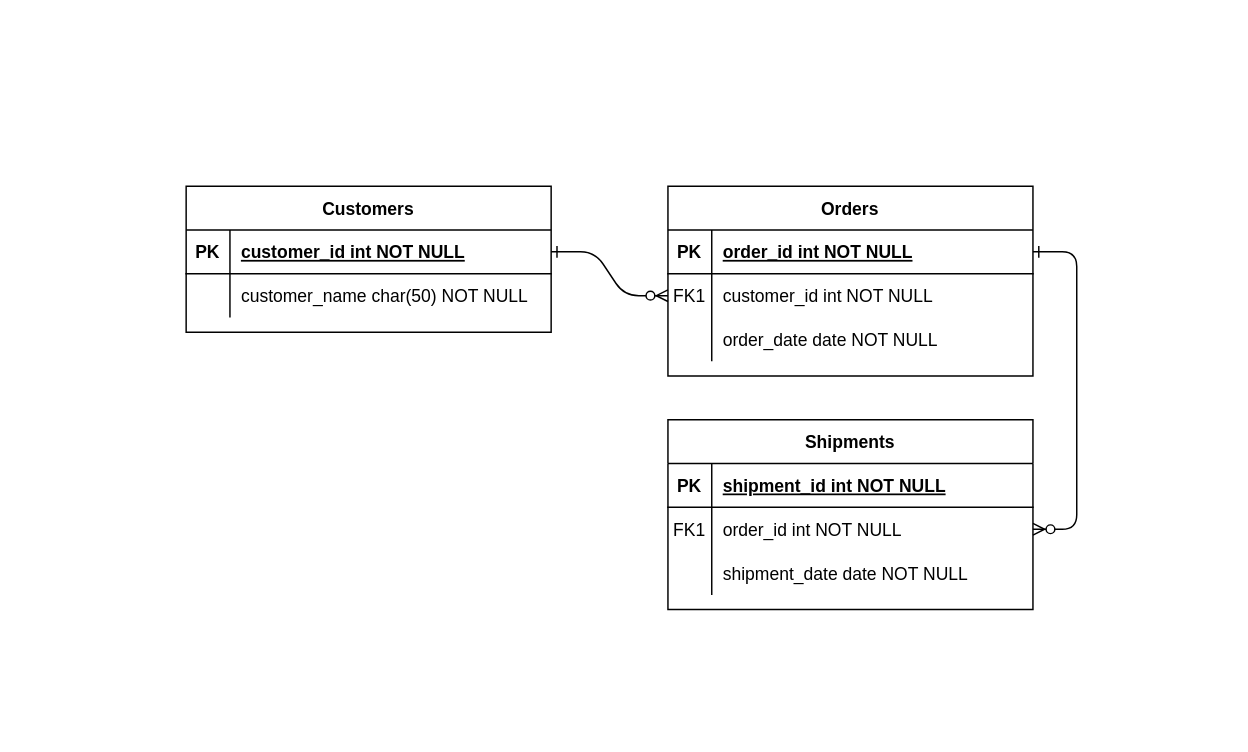
aarzuaga/congenial-doodle keeps this draw.io diagram as Untitled Diagram.drawio. Above is the earlier version. Source tidied: cells renumbered, new cells numbered last; positions are measured from the earlier drawing's top-left corner, leaving out a move shared by most shapes. Both pictures are drawn from the tidied source at 146%, with x=0, y=0 at pixel (185, 185).
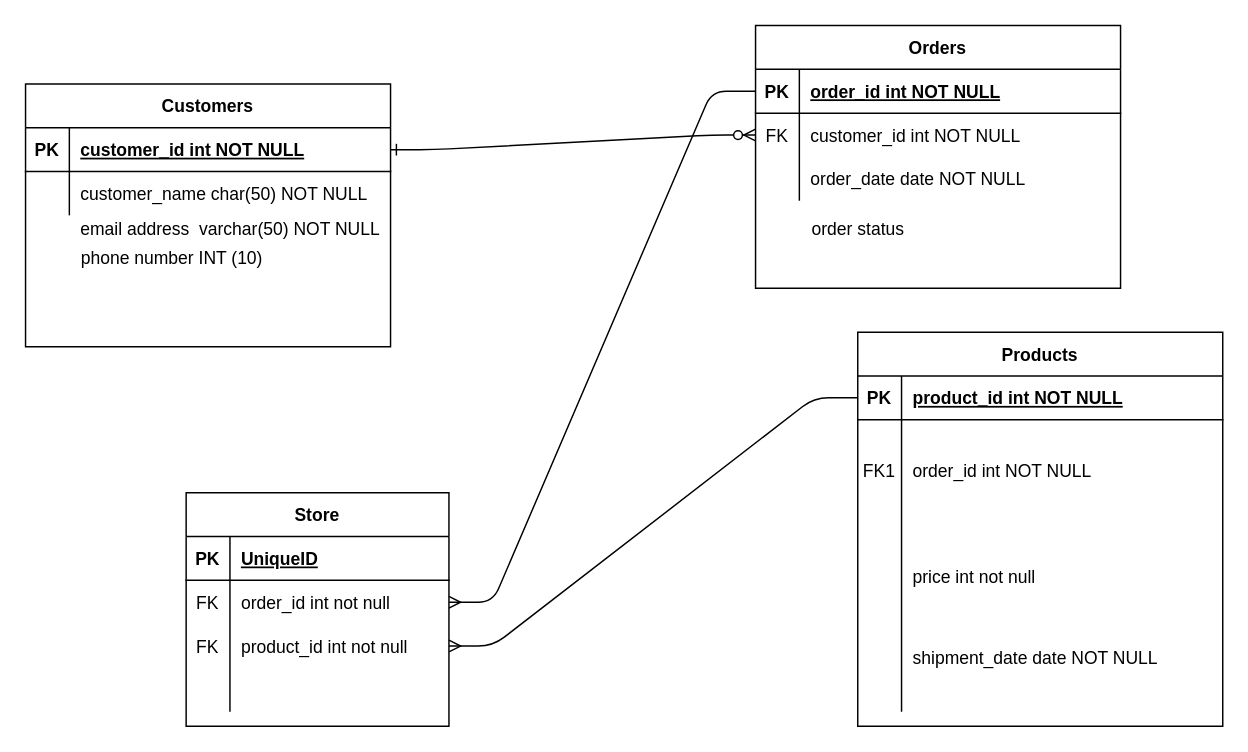
After the change.

Commit message:
many to many example

Unchanged cells that the change refers to:
```xml
<mxCell id="5" style="shape=partialRectangle;fillColor=none;points=[[0,0.5],[1,0.5]];portConstraint=eastwest;top=0;left=0;right=0;bottom=1;" parent="4" vertex="1">
  <mxGeometry y="30" width="250" height="30" as="geometry" />
</mxCell>
<mxCell id="8" style="shape=partialRectangle;fillColor=none;points=[[0,0.5],[1,0.5]];portConstraint=eastwest;top=0;left=0;right=0;bottom=0;" parent="4" vertex="1">
  <mxGeometry y="60" width="250" height="30" as="geometry" />
</mxCell>
<mxCell id="15" style="shape=partialRectangle;fillColor=none;points=[[0,0.5],[1,0.5]];portConstraint=eastwest;top=0;left=0;right=0;bottom=1;" parent="14" vertex="1">
  <mxGeometry y="30" width="250" height="30" as="geometry" />
</mxCell>
```

What changed in the source:
```diff
@@
-    <mxCell id="3" style="edgeStyle=entityRelationEdgeStyle;endArrow=ERzeroToMany;startArrow=ERone;endFill=1;startFill=0;" parent="1" edge="1" source="5" target="18">
-      <mxGeometry relative="1" as="geometry" />
-    </mxCell>
     <mxCell id="4" value="Orders" style="shape=table;startSize=30;childLayout=tableLayout;rowLines=0;fontStyle=1;align=center;" parent="1" vertex="1">
-      <mxGeometry x="330" width="250" height="130" as="geometry" />
+      <mxGeometry x="390" y="-110" width="250" height="180" as="geometry" />
     </mxCell>
@@
-    <mxCell id="9" value="FK1" style="shape=partialRectangle;overflow=hidden;fillColor=none;top=0;left=0;bottom=0;right=0;" parent="8" vertex="1">
+    <mxCell id="9" value="FK" style="shape=partialRectangle;overflow=hidden;fillColor=none;top=0;left=0;bottom=0;right=0;" parent="8" vertex="1">
       <mxGeometry width="30" height="30" as="geometry" />
     </mxCell>
@@
-    <mxCell id="14" value="Shipments" style="shape=table;startSize=30;childLayout=tableLayout;rowLines=0;fontStyle=1;align=center;" parent="1" vertex="1">
-      <mxGeometry x="330" y="160" width="250" height="130" as="geometry" />
+    <mxCell id="14" value="Products" style="shape=table;startSize=30;childLayout=tableLayout;rowLines=0;fontStyle=1;align=center;" parent="1" vertex="1">
+      <mxGeometry x="460" y="100" width="250" height="270" as="geometry" />
     </mxCell>
@@
-    <mxCell id="17" value="shipment_id int NOT NULL " style="shape=partialRectangle;overflow=hidden;fillColor=none;top=0;left=0;bottom=0;right=0;align=left;spacingLeft=6;fontStyle=5;" parent="15" vertex="1">
+    <mxCell id="17" value="product_id int NOT NULL " style="shape=partialRectangle;overflow=hidden;fillColor=none;top=0;left=0;bottom=0;right=0;align=left;spacingLeft=6;fontStyle=5;" parent="15" vertex="1">
       <mxGeometry x="30" width="220" height="30" as="geometry" />
     </mxCell>
     <mxCell id="18" style="shape=partialRectangle;fillColor=none;points=[[0,0.5],[1,0.5]];portConstraint=eastwest;top=0;left=0;right=0;bottom=0;" parent="14" vertex="1">
-      <mxGeometry y="60" width="250" height="30" as="geometry" />
+      <mxGeometry y="60" width="250" height="70" as="geometry" />
     </mxCell>
     <mxCell id="19" value="FK1" style="shape=partialRectangle;overflow=hidden;fillColor=none;top=0;left=0;bottom=0;right=0;" parent="18" vertex="1">
-      <mxGeometry width="30" height="30" as="geometry" />
+      <mxGeometry width="30" height="70" as="geometry" />
     </mxCell>
     <mxCell id="20" value="order_id int NOT NULL" style="shape=partialRectangle;overflow=hidden;fillColor=none;top=0;left=0;bottom=0;right=0;align=left;spacingLeft=6;" parent="18" vertex="1">
-      <mxGeometry x="30" width="220" height="30" as="geometry" />
+      <mxGeometry x="30" width="220" height="70" as="geometry" />
     </mxCell>
     <mxCell id="21" style="shape=partialRectangle;fillColor=none;top=0;left=0;right=0;bottom=0;" parent="14" vertex="1">
-      <mxGeometry y="90" width="250" height="30" as="geometry" />
+      <mxGeometry y="130" width="250" height="130" as="geometry" />
     </mxCell>
     <mxCell id="22" style="shape=partialRectangle;overflow=hidden;fillColor=none;top=0;left=0;bottom=0;right=0;" parent="21" vertex="1">
-      <mxGeometry width="30" height="30" as="geometry" />
+      <mxGeometry width="30" height="130" as="geometry" />
     </mxCell>
-    <mxCell id="23" value="shipment_date date NOT NULL" style="shape=partialRectangle;overflow=hidden;fillColor=none;top=0;left=0;bottom=0;right=0;align=left;spacingLeft=6;" parent="21" vertex="1">
-      <mxGeometry x="30" width="220" height="30" as="geometry" />
+    <mxCell id="23" value="price int not null &#10;&#10;&#10;&#10;shipment_date date NOT NULL" style="shape=partialRectangle;overflow=hidden;fillColor=none;top=0;left=0;bottom=0;right=0;align=left;spacingLeft=6;" parent="21" vertex="1">
+      <mxGeometry x="30" width="220" height="130" as="geometry" />
     </mxCell>
     <mxCell id="24" value="Customers" style="shape=table;startSize=30;childLayout=tableLayout;rowLines=0;fontStyle=1;align=center;" parent="1" vertex="1">
-      <mxGeometry width="250" height="100" as="geometry" />
+      <mxGeometry x="-110" y="-70" width="250" height="180" as="geometry" />
     </mxCell>
@@
+    <mxCell id="31" value="email address&amp;nbsp; varchar(50) NOT NULL" style="text;html=1;align=center;verticalAlign=middle;strokeColor=none;" parent="1" vertex="1">
+      <mxGeometry x="-80" y="20" width="220" height="20" as="geometry" />
+    </mxCell>
+    <mxCell id="32" value="phone number INT (10)" style="text;html=1;align=center;verticalAlign=middle;strokeColor=none;" parent="1" vertex="1">
+      <mxGeometry x="-80" y="40" width="140" height="20" as="geometry" />
+    </mxCell>
+    <mxCell id="33" value="order status" style="text;html=1;align=center;verticalAlign=middle;strokeColor=none;" parent="1" vertex="1">
+      <mxGeometry x="420" y="20" width="80" height="20" as="geometry" />
+    </mxCell>
+    <mxCell id="34" value="Store" style="shape=table;startSize=30;childLayout=tableLayout;rowLines=0;fontStyle=1;align=center;" parent="1" vertex="1">
+      <mxGeometry y="210" width="180" height="160" as="geometry" />
+    </mxCell>
+    <mxCell id="35" style="shape=partialRectangle;fillColor=none;top=0;left=0;bottom=1;right=0;" parent="34" vertex="1">
+      <mxGeometry y="30" width="180" height="30" as="geometry" />
+    </mxCell>
+    <mxCell id="36" value="PK" style="shape=partialRectangle;fillColor=none;top=0;left=0;bottom=0;right=0;fontStyle=1;overflow=hidden;" parent="35" vertex="1">
+      <mxGeometry width="30" height="30" as="geometry" />
+    </mxCell>
+    <mxCell id="37" value="UniqueID" style="shape=partialRectangle;fillColor=none;top=0;left=0;bottom=0;right=0;align=left;spacingLeft=6;fontStyle=5;overflow=hidden;" parent="35" vertex="1">
+      <mxGeometry x="30" width="150" height="30" as="geometry" />
+    </mxCell>
+    <mxCell id="38" style="shape=partialRectangle;fillColor=none;top=0;left=0;bottom=0;right=0;points=[[0,0.5],[1,0.5]];portConstraint=eastwest;" parent="34" vertex="1">
+      <mxGeometry y="60" width="180" height="30" as="geometry" />
+    </mxCell>
+    <mxCell id="39" value="FK" style="shape=partialRectangle;fillColor=none;top=0;left=0;bottom=0;right=0;overflow=hidden;" parent="38" vertex="1">
+      <mxGeometry width="30" height="30" as="geometry" />
+    </mxCell>
+    <mxCell id="40" value="order_id int not null" style="shape=partialRectangle;fillColor=none;top=0;left=0;bottom=0;right=0;align=left;spacingLeft=6;overflow=hidden;" parent="38" vertex="1">
+      <mxGeometry x="30" width="150" height="30" as="geometry" />
+    </mxCell>
+    <mxCell id="41" style="shape=partialRectangle;fillColor=none;top=0;left=0;bottom=0;right=0;points=[[0,0.5],[1,0.5]];portConstraint=eastwest;" parent="34" vertex="1">
+      <mxGeometry y="90" width="180" height="30" as="geometry" />
+    </mxCell>
+    <mxCell id="42" value="FK" style="shape=partialRectangle;fillColor=none;top=0;left=0;bottom=0;right=0;overflow=hidden;" parent="41" vertex="1">
+      <mxGeometry width="30" height="30" as="geometry" />
+    </mxCell>
+    <mxCell id="43" value="product_id int not null" style="shape=partialRectangle;fillColor=none;top=0;left=0;bottom=0;right=0;align=left;spacingLeft=6;overflow=hidden;" parent="41" vertex="1">
+      <mxGeometry x="30" width="150" height="30" as="geometry" />
+    </mxCell>
+    <mxCell id="44" style="shape=partialRectangle;fillColor=none;top=0;left=0;bottom=0;right=0;" parent="34" vertex="1">
+      <mxGeometry y="120" width="180" height="30" as="geometry" />
+    </mxCell>
+    <mxCell id="45" style="shape=partialRectangle;fillColor=none;top=0;left=0;bottom=0;right=0;overflow=hidden;" parent="44" vertex="1">
+      <mxGeometry width="30" height="30" as="geometry" />
+    </mxCell>
+    <mxCell id="46" style="shape=partialRectangle;fillColor=none;top=0;left=0;bottom=0;right=0;align=left;spacingLeft=6;overflow=hidden;" parent="44" vertex="1">
+      <mxGeometry x="30" width="150" height="30" as="geometry" />
+    </mxCell>
+    <mxCell id="47" style="edgeStyle=entityRelationEdgeStyle;fontSize=12;html=1;endArrow=ERmany;entryX=1;entryY=0.5;entryDx=0;entryDy=0;exitX=0;exitY=0.5;exitDx=0;exitDy=0;" parent="1" edge="1" source="15" target="41">
+      <mxGeometry relative="1" as="geometry" />
+    </mxCell>
+    <mxCell id="48" style="edgeStyle=entityRelationEdgeStyle;fontSize=12;html=1;endArrow=ERmany;exitX=0;exitY=0.5;exitDx=0;exitDy=0;entryX=1;entryY=0.5;entryDx=0;entryDy=0;" parent="1" edge="1" source="5" target="38">
+      <mxGeometry relative="1" as="geometry" />
+    </mxCell>
```
